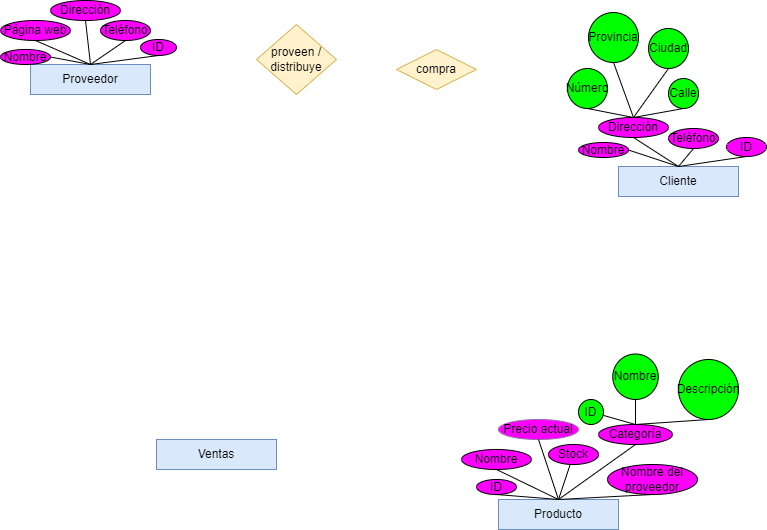
Before: Unidad-1/Tareas/Tarea-1/Diagrama Tarea 2.drawio.png, a diagram exported from draw.io (RafaelMayor/base-datos). Source tidied: cells renumbered, new cells last; positions are measured from the earlier drawing's top-left corner, leaving out a move shared by most shapes.
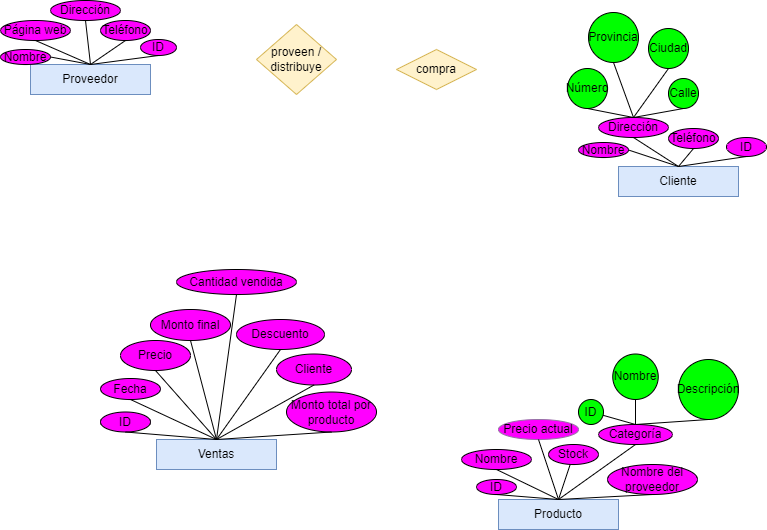
The same diagram one commit later.

Diff of the diagram source:
```diff
@@ -152,5 +152,53 @@
     <mxCell id="51" style="endArrow=none;html=1;rounded=0;exitX=0.5;exitY=0;exitDx=0;exitDy=0;entryX=0.5;entryY=1;entryDx=0;entryDy=0;" parent="1" edge="1" source="45" target="50">
       <mxGeometry relative="1" as="geometry" />
     </mxCell>
+    <mxCell id="52" value="ID" style="ellipse;whiteSpace=wrap;html=1;fillColor=#FF00FF;" parent="1" vertex="1">
+      <mxGeometry x="100" y="411.5" width="50" height="20" as="geometry" />
+    </mxCell>
+    <mxCell id="53" value="Fecha" style="ellipse;whiteSpace=wrap;html=1;fillColor=#FF00FF;" parent="1" vertex="1">
+      <mxGeometry x="100" y="378" width="60" height="21" as="geometry" />
+    </mxCell>
+    <mxCell id="54" value="Cliente" style="ellipse;whiteSpace=wrap;html=1;fillColor=#FF00FF;" parent="1" vertex="1">
+      <mxGeometry x="276" y="353.5" width="75" height="31" as="geometry" />
+    </mxCell>
+    <mxCell id="55" value="Descuento" style="ellipse;whiteSpace=wrap;html=1;fillColor=#FF00FF;" parent="1" vertex="1">
+      <mxGeometry x="236" y="319" width="88" height="30" as="geometry" />
+    </mxCell>
+    <mxCell id="56" value="Monto final" style="ellipse;whiteSpace=wrap;html=1;fillColor=#FF00FF;" parent="1" vertex="1">
+      <mxGeometry x="150" y="309" width="80" height="31" as="geometry" />
+    </mxCell>
+    <mxCell id="57" value="Precio" style="ellipse;whiteSpace=wrap;html=1;fillColor=#FF00FF;" parent="1" vertex="1">
+      <mxGeometry x="120" y="340" width="70" height="30" as="geometry" />
+    </mxCell>
+    <mxCell id="58" value="Cantidad vendida" style="ellipse;whiteSpace=wrap;html=1;fillColor=#FF00FF;" parent="1" vertex="1">
+      <mxGeometry x="176" y="269" width="120" height="25" as="geometry" />
+    </mxCell>
+    <mxCell id="59" value="Monto total por producto" style="ellipse;whiteSpace=wrap;html=1;fillColor=#FF00FF;" parent="1" vertex="1">
+      <mxGeometry x="286" y="391.5" width="90" height="40" as="geometry" />
+    </mxCell>
+    <mxCell id="60" style="endArrow=none;html=1;rounded=0;exitX=0.5;exitY=0;exitDx=0;exitDy=0;entryX=0.5;entryY=1;entryDx=0;entryDy=0;" parent="1" edge="1" source="5" target="59">
+      <mxGeometry relative="1" as="geometry" />
+    </mxCell>
+    <mxCell id="61" style="endArrow=none;html=1;rounded=0;exitX=0.5;exitY=0;exitDx=0;exitDy=0;entryX=0.5;entryY=1;entryDx=0;entryDy=0;" parent="1" edge="1" source="5" target="54">
+      <mxGeometry relative="1" as="geometry" />
+    </mxCell>
+    <mxCell id="62" style="endArrow=none;html=1;rounded=0;exitX=0.5;exitY=0;exitDx=0;exitDy=0;entryX=0.5;entryY=1;entryDx=0;entryDy=0;" parent="1" edge="1" source="5" target="55">
+      <mxGeometry relative="1" as="geometry" />
+    </mxCell>
+    <mxCell id="63" style="endArrow=none;html=1;rounded=0;exitX=0.5;exitY=0;exitDx=0;exitDy=0;entryX=0.5;entryY=1;entryDx=0;entryDy=0;" parent="1" edge="1" source="5" target="58">
+      <mxGeometry relative="1" as="geometry" />
+    </mxCell>
+    <mxCell id="64" style="endArrow=none;html=1;rounded=0;exitX=0.5;exitY=0;exitDx=0;exitDy=0;entryX=0.5;entryY=1;entryDx=0;entryDy=0;" parent="1" edge="1" source="5" target="56">
+      <mxGeometry relative="1" as="geometry" />
+    </mxCell>
+    <mxCell id="65" style="endArrow=none;html=1;rounded=0;exitX=0.5;exitY=0;exitDx=0;exitDy=0;entryX=0.5;entryY=1;entryDx=0;entryDy=0;" parent="1" edge="1" source="5" target="57">
+      <mxGeometry relative="1" as="geometry" />
+    </mxCell>
+    <mxCell id="66" style="endArrow=none;html=1;rounded=0;exitX=0.5;exitY=0;exitDx=0;exitDy=0;entryX=0.5;entryY=1;entryDx=0;entryDy=0;" parent="1" edge="1" source="5" target="53">
+      <mxGeometry relative="1" as="geometry" />
+    </mxCell>
+    <mxCell id="67" style="endArrow=none;html=1;rounded=0;exitX=0.5;exitY=0;exitDx=0;exitDy=0;entryX=0.5;entryY=1;entryDx=0;entryDy=0;" parent="1" edge="1" source="5" target="52">
+      <mxGeometry relative="1" as="geometry" />
+    </mxCell>
   </root>
 </mxGraphModel>
```
